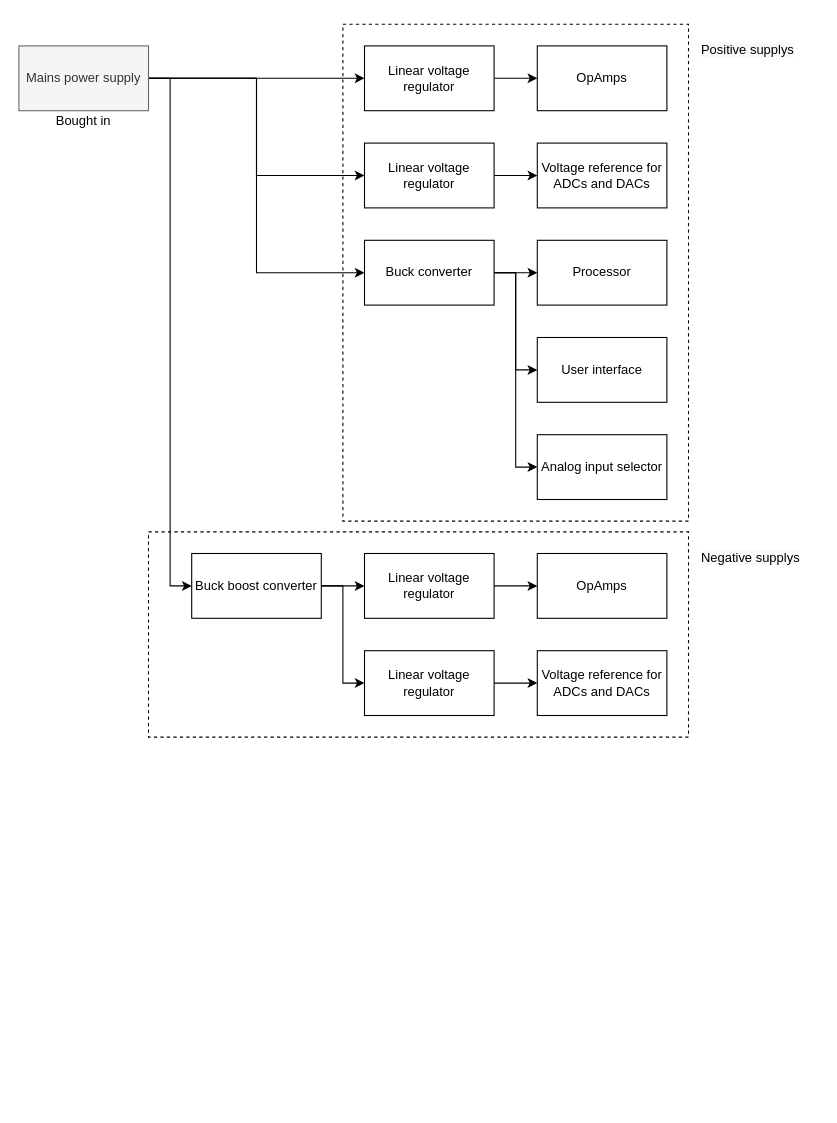
Before: Block diagrams/System design/Power supply.drawio in HeinVerhallen/Audio-DSP, a draw.io diagram. Source tidied: cells renumbered, new cells numbered last; positions are measured from the earlier drawing's top-left corner, leaving out a move shared by most shapes. Both pictures are drawn from the tidied source at 108%, with x=0, y=0 at pixel (18, 24).
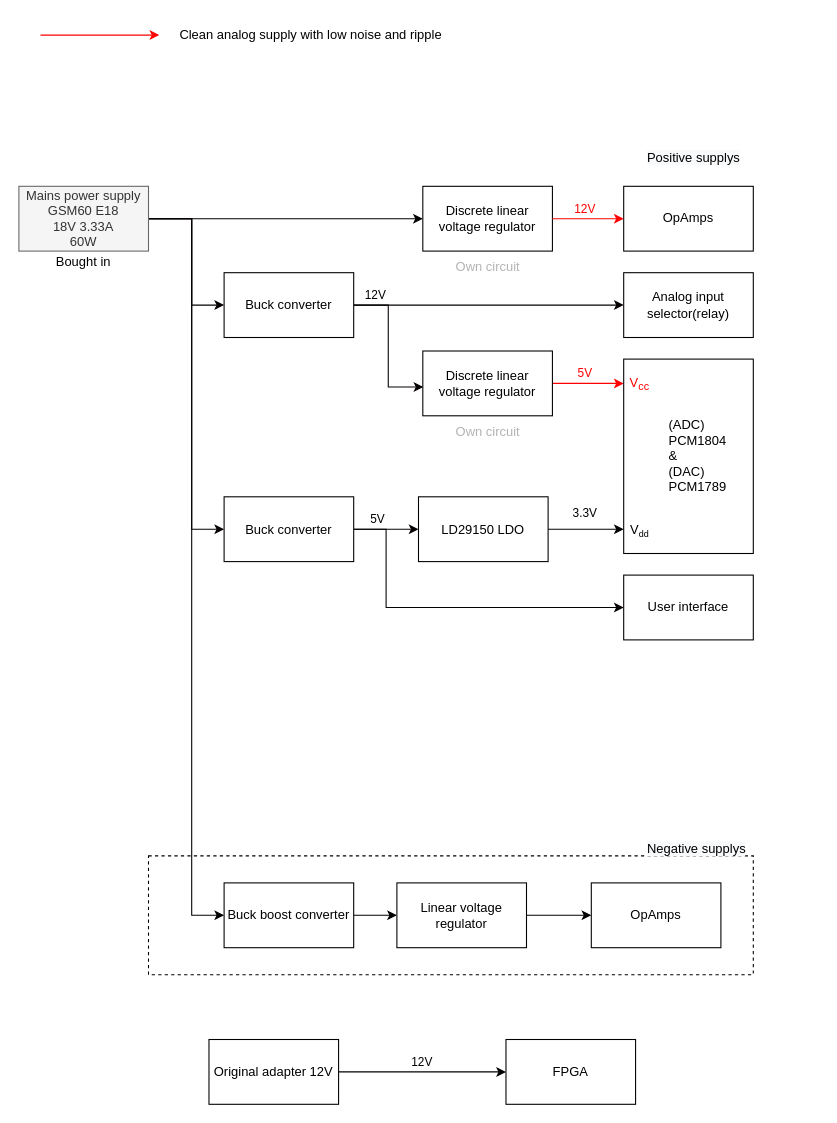
The same diagram, later.

The edit, as a diff of the source:
```diff
@@
-    <mxCell id="2" style="rounded=0;whiteSpace=wrap;html=1;dashed=1;" parent="1" vertex="1">
-      <mxGeometry x="120" y="470" width="500" height="190" as="geometry" />
-    </mxCell>
-    <mxCell id="3" style="rounded=0;whiteSpace=wrap;html=1;dashed=1;" parent="1" vertex="1">
-      <mxGeometry x="300" width="320" height="460" as="geometry" />
-    </mxCell>
-    <mxCell id="4" style="edgeStyle=orthogonalEdgeStyle;rounded=0;jettySize=auto;html=1;" parent="1" edge="1" source="8" target="10">
-      <mxGeometry relative="1" as="geometry" />
-    </mxCell>
-    <mxCell id="5" style="edgeStyle=orthogonalEdgeStyle;rounded=0;jettySize=auto;html=1;exitX=1;exitY=0.5;exitDx=0;exitDy=0;entryX=0;entryY=0.5;entryDx=0;entryDy=0;" parent="1" edge="1" source="8" target="14">
-      <mxGeometry relative="1" as="geometry" />
-    </mxCell>
-    <mxCell id="6" style="edgeStyle=orthogonalEdgeStyle;rounded=0;jettySize=auto;html=1;exitX=1;exitY=0.5;exitDx=0;exitDy=0;entryX=0;entryY=0.5;entryDx=0;entryDy=0;" parent="1" edge="1" source="8" target="18">
-      <mxGeometry relative="1" as="geometry" />
-    </mxCell>
-    <mxCell id="7" style="edgeStyle=orthogonalEdgeStyle;rounded=0;jettySize=auto;html=1;exitX=1;exitY=0.5;exitDx=0;exitDy=0;entryX=0;entryY=0.5;entryDx=0;entryDy=0;" parent="1" edge="1" source="8" target="24">
-      <mxGeometry relative="1" as="geometry" />
-    </mxCell>
-    <mxCell id="8" value="Mains power supply" style="rounded=0;whiteSpace=wrap;html=1;fillColor=#f5f5f5;strokeColor=#666666;fontColor=#333333;" parent="1" vertex="1">
-      <mxGeometry y="20" width="120" height="60" as="geometry" />
-    </mxCell>
-    <mxCell id="9" style="edgeStyle=orthogonalEdgeStyle;rounded=0;jettySize=auto;html=1;" parent="1" edge="1" source="10" target="11">
-      <mxGeometry relative="1" as="geometry" />
-    </mxCell>
-    <mxCell id="10" value="Linear voltage regulator" style="rounded=0;whiteSpace=wrap;html=1;" parent="1" vertex="1">
-      <mxGeometry x="320" y="20" width="120" height="60" as="geometry" />
-    </mxCell>
-    <mxCell id="11" value="OpAmps" style="rounded=0;whiteSpace=wrap;html=1;" parent="1" vertex="1">
-      <mxGeometry x="480" y="20" width="120" height="60" as="geometry" />
-    </mxCell>
-    <mxCell id="12" value="Voltage reference for ADCs and DACs" style="rounded=0;whiteSpace=wrap;html=1;" parent="1" vertex="1">
-      <mxGeometry x="480" y="110" width="120" height="60" as="geometry" />
-    </mxCell>
-    <mxCell id="13" style="edgeStyle=orthogonalEdgeStyle;rounded=0;jettySize=auto;html=1;" parent="1" edge="1" source="14" target="12">
-      <mxGeometry relative="1" as="geometry" />
-    </mxCell>
-    <mxCell id="14" value="Linear voltage regulator" style="rounded=0;whiteSpace=wrap;html=1;" parent="1" vertex="1">
-      <mxGeometry x="320" y="110" width="120" height="60" as="geometry" />
-    </mxCell>
-    <mxCell id="15" style="edgeStyle=orthogonalEdgeStyle;rounded=0;jettySize=auto;html=1;" parent="1" edge="1" source="18" target="19">
-      <mxGeometry relative="1" as="geometry" />
-    </mxCell>
-    <mxCell id="16" style="edgeStyle=orthogonalEdgeStyle;rounded=0;jettySize=auto;html=1;exitX=1;exitY=0.5;exitDx=0;exitDy=0;entryX=0;entryY=0.5;entryDx=0;entryDy=0;" parent="1" edge="1" source="18" target="20">
-      <mxGeometry relative="1" as="geometry" />
-    </mxCell>
-    <mxCell id="17" style="edgeStyle=orthogonalEdgeStyle;rounded=0;jettySize=auto;html=1;exitX=1;exitY=0.5;exitDx=0;exitDy=0;entryX=0;entryY=0.5;entryDx=0;entryDy=0;" parent="1" edge="1" source="18" target="21">
-      <mxGeometry relative="1" as="geometry" />
-    </mxCell>
-    <mxCell id="18" value="Buck converter" style="rounded=0;whiteSpace=wrap;html=1;" parent="1" vertex="1">
-      <mxGeometry x="320" y="200" width="120" height="60" as="geometry" />
-    </mxCell>
-    <mxCell id="19" value="Processor" style="rounded=0;whiteSpace=wrap;html=1;" parent="1" vertex="1">
-      <mxGeometry x="480" y="200" width="120" height="60" as="geometry" />
-    </mxCell>
+    <mxCell id="34" style="rounded=0;whiteSpace=wrap;html=1;dashed=1;" parent="1" vertex="1">
+      <mxGeometry x="120" y="770" width="560" height="110" as="geometry" />
+    </mxCell>
+    <mxCell id="35" style="edgeStyle=orthogonalEdgeStyle;rounded=0;jettySize=auto;html=1;" parent="1" edge="1" source="39" target="40">
+      <mxGeometry relative="1" as="geometry" />
+    </mxCell>
+    <mxCell id="36" style="edgeStyle=orthogonalEdgeStyle;rounded=0;jettySize=auto;html=1;exitX=1;exitY=0.5;exitDx=0;exitDy=0;entryX=0;entryY=0.5;entryDx=0;entryDy=0;" parent="1" edge="1" source="39" target="24">
+      <mxGeometry relative="1" as="geometry">
+        <Array as="points">
+          <mxPoint x="160" y="180" />
+          <mxPoint x="160" y="825" />
+        </Array>
+      </mxGeometry>
+    </mxCell>
+    <mxCell id="37" style="edgeStyle=orthogonalEdgeStyle;rounded=0;jettySize=auto;html=1;entryX=0;entryY=0.5;entryDx=0;entryDy=0;strokeColor=#050001;fontColor=default;" parent="1" edge="1" source="39" target="48">
+      <mxGeometry relative="1" as="geometry">
+        <Array as="points">
+          <mxPoint x="160" y="180" />
+          <mxPoint x="160" y="260" />
+        </Array>
+      </mxGeometry>
+    </mxCell>
+    <mxCell id="38" style="edgeStyle=orthogonalEdgeStyle;rounded=0;jettySize=auto;html=1;entryX=0;entryY=0.5;entryDx=0;entryDy=0;strokeColor=#050001;fontColor=default;" parent="1" edge="1" source="39" target="74">
+      <mxGeometry relative="1" as="geometry">
+        <Array as="points">
+          <mxPoint x="160" y="180" />
+          <mxPoint x="160" y="468" />
+        </Array>
+      </mxGeometry>
+    </mxCell>
+    <mxCell id="39" value="Mains power supply&lt;br&gt;GSM60 E18&lt;br&gt;18V 3.33A&lt;br&gt;60W" style="rounded=0;whiteSpace=wrap;html=1;fillColor=#f5f5f5;strokeColor=#666666;fontColor=#333333;" parent="1" vertex="1">
+      <mxGeometry y="150" width="120" height="60" as="geometry" />
+    </mxCell>
+    <mxCell id="40" value="Discrete linear voltage regulator" style="rounded=0;whiteSpace=wrap;html=1;" parent="1" vertex="1">
+      <mxGeometry x="374" y="150" width="120" height="60" as="geometry" />
+    </mxCell>
+    <mxCell id="41" value="OpAmps" style="rounded=0;whiteSpace=wrap;html=1;" parent="1" vertex="1">
+      <mxGeometry x="560" y="150" width="120" height="60" as="geometry" />
+    </mxCell>
+    <mxCell id="42" style="edgeStyle=orthogonalEdgeStyle;rounded=0;jettySize=auto;html=1;entryX=0;entryY=0.5;entryDx=0;entryDy=0;fillColor=#f8cecc;strokeColor=#FF0000;fontColor=#FF0000;" parent="1" edge="1" source="44" target="56">
+      <mxGeometry relative="1" as="geometry" />
+    </mxCell>
+    <mxCell id="43" value="5V" style="edgeLabel;html=1;align=center;verticalAlign=middle;fontColor=#FF0000;" parent="42" vertex="1">
+      <mxGeometry x="-0.13" relative="1" as="geometry">
+        <mxPoint y="-10" as="offset" />
+      </mxGeometry>
+    </mxCell>
+    <mxCell id="44" value="Discrete linear voltage regulator" style="rounded=0;whiteSpace=wrap;html=1;" parent="1" vertex="1">
+      <mxGeometry x="374" y="302.5" width="120" height="60" as="geometry" />
+    </mxCell>
+    <mxCell id="45" style="edgeStyle=orthogonalEdgeStyle;rounded=0;jettySize=auto;html=1;strokeColor=#050001;fontColor=default;entryX=0;entryY=0.5;entryDx=0;entryDy=0;" parent="1" edge="1" source="48" target="50">
+      <mxGeometry relative="1" as="geometry" />
+    </mxCell>
+    <mxCell id="46" value="12V" style="edgeLabel;html=1;align=center;verticalAlign=middle;fontColor=default;" parent="45" vertex="1">
+      <mxGeometry x="-0.81" y="-2" relative="1" as="geometry">
+        <mxPoint x="-5" y="-12" as="offset" />
+      </mxGeometry>
+    </mxCell>
+    <mxCell id="47" style="edgeStyle=orthogonalEdgeStyle;rounded=0;jettySize=auto;html=1;entryX=0.004;entryY=0.556;entryDx=0;entryDy=0;entryPerimeter=0;strokeColor=#050001;fontColor=default;" parent="1" edge="1" source="48" target="44">
+      <mxGeometry relative="1" as="geometry" />
+    </mxCell>
+    <mxCell id="48" value="Buck converter" style="rounded=0;whiteSpace=wrap;html=1;" parent="1" vertex="1">
+      <mxGeometry x="190" y="230" width="120" height="60" as="geometry" />
+    </mxCell>
+    <mxCell id="49" value="FPGA" style="rounded=0;whiteSpace=wrap;html=1;" parent="1" vertex="1">
+      <mxGeometry x="451" y="940" width="120" height="60" as="geometry" />
+    </mxCell>
     <mxCell id="20" value="User interface" style="rounded=0;whiteSpace=wrap;html=1;" parent="1" vertex="1">
-      <mxGeometry x="480" y="290" width="120" height="60" as="geometry" />
+      <mxGeometry x="560" y="510" width="120" height="60" as="geometry" />
     </mxCell>
-    <mxCell id="21" value="Analog input selector" style="rounded=0;whiteSpace=wrap;html=1;" parent="1" vertex="1">
-      <mxGeometry x="480" y="380" width="120" height="60" as="geometry" />
-    </mxCell>
-    <mxCell id="22" style="edgeStyle=orthogonalEdgeStyle;rounded=0;jettySize=auto;html=1;" parent="1" edge="1" source="24" target="26">
-      <mxGeometry relative="1" as="geometry" />
-    </mxCell>
-    <mxCell id="23" style="edgeStyle=orthogonalEdgeStyle;rounded=0;jettySize=auto;html=1;exitX=1;exitY=0.5;exitDx=0;exitDy=0;entryX=0;entryY=0.5;entryDx=0;entryDy=0;" parent="1" edge="1" source="24" target="30">
-      <mxGeometry relative="1" as="geometry" />
-    </mxCell>
+    <mxCell id="50" value="Analog input selector(relay)" style="rounded=0;whiteSpace=wrap;html=1;" parent="1" vertex="1">
+      <mxGeometry x="560" y="230" width="120" height="60" as="geometry" />
+    </mxCell>
+    <mxCell id="51" style="edgeStyle=orthogonalEdgeStyle;rounded=0;jettySize=auto;html=1;" parent="1" edge="1" source="24" target="53">
+      <mxGeometry relative="1" as="geometry" />
+    </mxCell>
     <mxCell id="24" value="Buck boost converter" style="rounded=0;whiteSpace=wrap;html=1;" parent="1" vertex="1">
-      <mxGeometry x="160" y="490" width="120" height="60" as="geometry" />
+      <mxGeometry x="190" y="795" width="120" height="60" as="geometry" />
     </mxCell>
-    <mxCell id="25" style="edgeStyle=orthogonalEdgeStyle;rounded=0;jettySize=auto;html=1;" parent="1" edge="1" source="26" target="27">
-      <mxGeometry relative="1" as="geometry" />
-    </mxCell>
-    <mxCell id="26" value="Linear voltage regulator" style="rounded=0;whiteSpace=wrap;html=1;" parent="1" vertex="1">
-      <mxGeometry x="320" y="490" width="120" height="60" as="geometry" />
-    </mxCell>
-    <mxCell id="27" value="OpAmps" style="rounded=0;whiteSpace=wrap;html=1;" parent="1" vertex="1">
-      <mxGeometry x="480" y="490" width="120" height="60" as="geometry" />
-    </mxCell>
-    <mxCell id="28" value="Voltage reference for ADCs and DACs" style="rounded=0;whiteSpace=wrap;html=1;" parent="1" vertex="1">
-      <mxGeometry x="480" y="580" width="120" height="60" as="geometry" />
-    </mxCell>
-    <mxCell id="29" style="edgeStyle=orthogonalEdgeStyle;rounded=0;jettySize=auto;html=1;" parent="1" edge="1" source="30" target="28">
-      <mxGeometry relative="1" as="geometry" />
-    </mxCell>
-    <mxCell id="30" value="Linear voltage regulator" style="rounded=0;whiteSpace=wrap;html=1;" parent="1" vertex="1">
-      <mxGeometry x="320" y="580" width="120" height="60" as="geometry" />
-    </mxCell>
+    <mxCell id="52" style="edgeStyle=orthogonalEdgeStyle;rounded=0;jettySize=auto;html=1;" parent="1" edge="1" source="53" target="54">
+      <mxGeometry relative="1" as="geometry" />
+    </mxCell>
+    <mxCell id="53" value="Linear voltage regulator" style="rounded=0;whiteSpace=wrap;html=1;" parent="1" vertex="1">
+      <mxGeometry x="350" y="795" width="120" height="60" as="geometry" />
+    </mxCell>
+    <mxCell id="54" value="OpAmps" style="rounded=0;whiteSpace=wrap;html=1;" parent="1" vertex="1">
+      <mxGeometry x="530" y="795" width="120" height="60" as="geometry" />
+    </mxCell>
     <mxCell id="31" value="Bought in" style="text;html=1;strokeColor=none;fillColor=none;align=center;verticalAlign=middle;whiteSpace=wrap;rounded=0;" parent="1" vertex="1">
-      <mxGeometry y="80" width="120" height="20" as="geometry" />
+      <mxGeometry y="210" width="120" height="20" as="geometry" />
     </mxCell>
     <mxCell id="32" value="&lt;span style=&quot;color: rgb(0 , 0 , 0) ; font-family: &amp;#34;helvetica&amp;#34; ; font-size: 12px ; font-style: normal ; font-weight: 400 ; letter-spacing: normal ; text-align: center ; text-indent: 0px ; text-transform: none ; word-spacing: 0px ; background-color: rgb(248 , 249 , 250) ; display: inline ; float: none&quot;&gt;Positive supplys&lt;/span&gt;" style="text;whiteSpace=wrap;html=1;" parent="1" vertex="1">
-      <mxGeometry x="630" y="10" width="110" height="30" as="geometry" />
+      <mxGeometry x="580" y="110" width="110" height="30" as="geometry" />
     </mxCell>
     <mxCell id="33" value="&lt;span style=&quot;color: rgb(0 , 0 , 0) ; font-family: &amp;#34;helvetica&amp;#34; ; font-size: 12px ; font-style: normal ; font-weight: 400 ; letter-spacing: normal ; text-align: center ; text-indent: 0px ; text-transform: none ; word-spacing: 0px ; background-color: rgb(248 , 249 , 250) ; display: inline ; float: none&quot;&gt;Negative supplys&lt;/span&gt;" style="text;whiteSpace=wrap;html=1;" parent="1" vertex="1">
-      <mxGeometry x="630" y="480" width="110" height="30" as="geometry" />
+      <mxGeometry x="580" y="750" width="110" height="30" as="geometry" />
     </mxCell>
+    <mxCell id="55" value="&lt;blockquote style=&quot;margin: 0 0 0 40px; border: none; padding: 0px;&quot;&gt;&lt;p style=&quot;line-height: 120%;&quot;&gt;(ADC) PCM1804 &lt;br&gt;&amp;amp; &lt;br&gt;(DAC) PCM1789&lt;/p&gt;&lt;/blockquote&gt;" style="rounded=0;whiteSpace=wrap;html=1;shadow=0;fillColor=none;align=left;" parent="1" vertex="1">
+      <mxGeometry x="560" y="310" width="120" height="180" as="geometry" />
+    </mxCell>
+    <mxCell id="56" value="V&lt;sub&gt;cc&lt;/sub&gt;" style="rounded=0;whiteSpace=wrap;html=1;shadow=0;dashed=1;fontColor=#FF0000;fillColor=none;strokeColor=none;" parent="1" vertex="1">
+      <mxGeometry x="560" y="310" width="30" height="45" as="geometry" />
+    </mxCell>
+    <mxCell id="57" value="V&lt;span style=&quot;font-size: 10px;&quot;&gt;&lt;sub&gt;dd&lt;/sub&gt;&lt;/span&gt;" style="rounded=0;whiteSpace=wrap;html=1;shadow=0;dashed=1;fillColor=none;strokeColor=none;" parent="1" vertex="1">
+      <mxGeometry x="560" y="445" width="30" height="45" as="geometry" />
+    </mxCell>
+    <mxCell id="58" style="edgeStyle=orthogonalEdgeStyle;rounded=0;jettySize=auto;html=1;entryX=0;entryY=0.5;entryDx=0;entryDy=0;strokeColor=#000000;fontColor=#FF0000;" parent="1" edge="1" source="60" target="57">
+      <mxGeometry relative="1" as="geometry" />
+    </mxCell>
+    <mxCell id="59" value="3.3V" style="edgeLabel;html=1;align=center;verticalAlign=middle;fontColor=#000000;" parent="58" vertex="1">
+      <mxGeometry x="-0.18" y="-1" relative="1" as="geometry">
+        <mxPoint x="4" y="-16" as="offset" />
+      </mxGeometry>
+    </mxCell>
+    <mxCell id="60" value="LD29150 LDO" style="rounded=0;whiteSpace=wrap;html=1;" parent="1" vertex="1">
+      <mxGeometry x="370" y="437.5" width="120" height="60" as="geometry" />
+    </mxCell>
+    <mxCell id="61" value="Own circuit" style="text;html=1;align=center;verticalAlign=middle;strokeColor=none;fillColor=none;shadow=1;fontColor=#B3B3B3;" parent="1" vertex="1">
+      <mxGeometry x="394" y="210" width="80" height="30" as="geometry" />
+    </mxCell>
+    <mxCell id="62" style="edgeStyle=orthogonalEdgeStyle;rounded=0;jettySize=auto;html=1;entryX=0;entryY=0.5;entryDx=0;entryDy=0;fontColor=default;" parent="1" edge="1" source="64" target="49">
+      <mxGeometry relative="1" as="geometry" />
+    </mxCell>
+    <mxCell id="63" value="12V" style="edgeLabel;html=1;align=center;verticalAlign=middle;fontColor=default;" parent="62" vertex="1">
+      <mxGeometry x="0.16" y="-2" relative="1" as="geometry">
+        <mxPoint x="-14" y="-12" as="offset" />
+      </mxGeometry>
+    </mxCell>
+    <mxCell id="64" value="&lt;font&gt;Original adapter 12V&lt;/font&gt;" style="whiteSpace=wrap;html=1;shadow=0;fontColor=default;fillColor=none;" parent="1" vertex="1">
+      <mxGeometry x="176" y="940" width="120" height="60" as="geometry" />
+    </mxCell>
+    <mxCell id="65" style="edgeStyle=orthogonalEdgeStyle;rounded=0;orthogonalLoop=1;jettySize=auto;html=1;entryX=0;entryY=0.5;entryDx=0;entryDy=0;fillColor=#f8cecc;strokeColor=#FF0000;fontColor=#FF0000;" parent="1" edge="1">
+      <mxGeometry relative="1" as="geometry">
+        <mxPoint x="20" y="10" as="sourcePoint" />
+        <mxPoint x="130" y="10" as="targetPoint" />
+      </mxGeometry>
+    </mxCell>
+    <mxCell id="66" value="Clean analog supply with low noise and ripple" style="text;html=1;align=center;verticalAlign=middle;strokeColor=none;fillColor=none;fontColor=default;" parent="1" vertex="1">
+      <mxGeometry x="135" y="-5" width="270" height="30" as="geometry" />
+    </mxCell>
+    <mxCell id="67" style="edgeStyle=orthogonalEdgeStyle;rounded=0;jettySize=auto;html=1;entryX=0;entryY=0.5;entryDx=0;entryDy=0;fillColor=#f8cecc;strokeColor=#FF0000;fontColor=#FF0000;exitX=1;exitY=0.5;exitDx=0;exitDy=0;" parent="1" edge="1" source="40" target="41">
+      <mxGeometry relative="1" as="geometry" />
+    </mxCell>
+    <mxCell id="68" value="12V" style="edgeLabel;html=1;align=center;verticalAlign=middle;fontColor=#FF0000;" parent="67" vertex="1">
+      <mxGeometry x="-0.13" relative="1" as="geometry">
+        <mxPoint y="-10" as="offset" />
+      </mxGeometry>
+    </mxCell>
+    <mxCell id="69" value="Own circuit" style="text;html=1;align=center;verticalAlign=middle;strokeColor=none;fillColor=none;shadow=1;fontColor=#B3B3B3;" parent="1" vertex="1">
+      <mxGeometry x="394" y="362.5" width="80" height="30" as="geometry" />
+    </mxCell>
+    <mxCell id="70" style="edgeStyle=orthogonalEdgeStyle;rounded=0;orthogonalLoop=1;jettySize=auto;html=1;exitX=0.5;exitY=1;exitDx=0;exitDy=0;strokeColor=#050001;fontColor=default;" parent="1" edge="1" source="34" target="34">
+      <mxGeometry relative="1" as="geometry" />
+    </mxCell>
+    <mxCell id="71" style="edgeStyle=orthogonalEdgeStyle;rounded=0;jettySize=auto;html=1;entryX=0;entryY=0.5;entryDx=0;entryDy=0;strokeColor=#050001;fontColor=default;" parent="1" edge="1" source="74" target="60">
+      <mxGeometry relative="1" as="geometry" />
+    </mxCell>
+    <mxCell id="72" value="5V" style="edgeLabel;html=1;align=center;verticalAlign=middle;fontColor=default;" parent="71" vertex="1">
+      <mxGeometry x="-0.48" y="-2" relative="1" as="geometry">
+        <mxPoint x="5" y="-12" as="offset" />
+      </mxGeometry>
+    </mxCell>
+    <mxCell id="73" style="edgeStyle=orthogonalEdgeStyle;rounded=0;jettySize=auto;html=1;entryX=0;entryY=0.5;entryDx=0;entryDy=0;strokeColor=#050001;fontColor=default;" parent="1" edge="1" source="74" target="20">
+      <mxGeometry relative="1" as="geometry">
+        <Array as="points">
+          <mxPoint x="340" y="468" />
+          <mxPoint x="340" y="540" />
+        </Array>
+      </mxGeometry>
+    </mxCell>
+    <mxCell id="74" value="Buck converter" style="rounded=0;whiteSpace=wrap;html=1;" parent="1" vertex="1">
+      <mxGeometry x="190" y="437.5" width="120" height="60" as="geometry" />
+    </mxCell>
```
